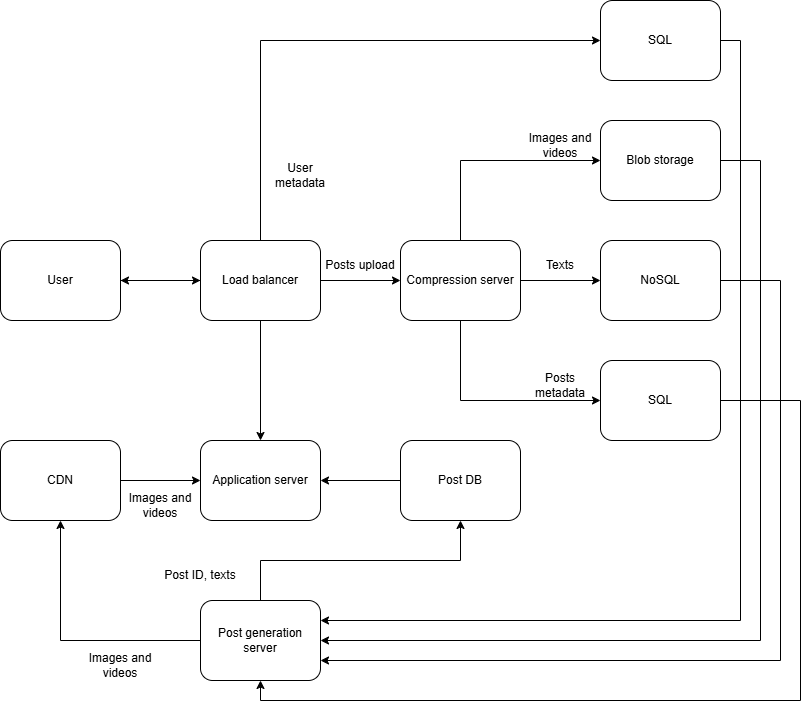
Before: software-engineering/image/system-design-3/instagram-1.png, a diagram exported from draw.io (riehseun/riehseun.github.io). Source tidied: cells renumbered, new cells last; positions are measured from the earlier drawing's top-left corner, leaving out a move shared by most shapes. Source of this version:
```xml
<mxGraphModel>
  <root>
    <mxCell id="0" />
    <mxCell id="1" parent="0" />
    <mxCell id="2" style="edgeStyle=orthogonalEdgeStyle;rounded=0;jettySize=auto;html=1;exitX=1;exitY=0.5;exitDx=0;exitDy=0;entryX=0;entryY=0.5;entryDx=0;entryDy=0;" parent="1" edge="1" source="3" target="8">
      <mxGeometry relative="1" as="geometry" />
    </mxCell>
    <mxCell id="3" value="User" style="rounded=1;whiteSpace=wrap;html=1;" parent="1" vertex="1">
      <mxGeometry y="240" width="120" height="80" as="geometry" />
    </mxCell>
    <mxCell id="4" style="edgeStyle=orthogonalEdgeStyle;rounded=0;jettySize=auto;html=1;exitX=1;exitY=0.5;exitDx=0;exitDy=0;" parent="1" edge="1" source="8" target="12">
      <mxGeometry relative="1" as="geometry" />
    </mxCell>
    <mxCell id="5" style="edgeStyle=orthogonalEdgeStyle;rounded=0;jettySize=auto;html=1;exitX=0.5;exitY=0;exitDx=0;exitDy=0;entryX=0;entryY=0.5;entryDx=0;entryDy=0;" parent="1" edge="1" source="8" target="24">
      <mxGeometry relative="1" as="geometry" />
    </mxCell>
    <mxCell id="6" style="edgeStyle=orthogonalEdgeStyle;rounded=0;jettySize=auto;html=1;exitX=0;exitY=0.5;exitDx=0;exitDy=0;entryX=1;entryY=0.5;entryDx=0;entryDy=0;" parent="1" edge="1" source="8" target="3">
      <mxGeometry relative="1" as="geometry" />
    </mxCell>
    <mxCell id="7" style="edgeStyle=orthogonalEdgeStyle;rounded=0;jettySize=auto;html=1;exitX=0.5;exitY=1;exitDx=0;exitDy=0;" parent="1" edge="1" source="8" target="29">
      <mxGeometry relative="1" as="geometry" />
    </mxCell>
    <mxCell id="8" value="Load balancer" style="rounded=1;whiteSpace=wrap;html=1;" parent="1" vertex="1">
      <mxGeometry x="200" y="240" width="120" height="80" as="geometry" />
    </mxCell>
    <mxCell id="9" style="edgeStyle=orthogonalEdgeStyle;rounded=0;jettySize=auto;html=1;exitX=1;exitY=0.5;exitDx=0;exitDy=0;entryX=0;entryY=0.5;entryDx=0;entryDy=0;" parent="1" edge="1" source="12" target="14">
      <mxGeometry relative="1" as="geometry" />
    </mxCell>
    <mxCell id="10" style="edgeStyle=orthogonalEdgeStyle;rounded=0;jettySize=auto;html=1;exitX=0.5;exitY=1;exitDx=0;exitDy=0;entryX=0;entryY=0.5;entryDx=0;entryDy=0;" parent="1" edge="1" source="12" target="19">
      <mxGeometry relative="1" as="geometry" />
    </mxCell>
    <mxCell id="11" style="edgeStyle=orthogonalEdgeStyle;rounded=0;jettySize=auto;html=1;exitX=0.5;exitY=0;exitDx=0;exitDy=0;entryX=0;entryY=0.5;entryDx=0;entryDy=0;" parent="1" edge="1" source="12" target="17">
      <mxGeometry relative="1" as="geometry" />
    </mxCell>
    <mxCell id="12" value="Compression server" style="rounded=1;whiteSpace=wrap;html=1;" parent="1" vertex="1">
      <mxGeometry x="400" y="240" width="120" height="80" as="geometry" />
    </mxCell>
    <mxCell id="13" style="edgeStyle=orthogonalEdgeStyle;rounded=0;jettySize=auto;html=1;exitX=1;exitY=0.5;exitDx=0;exitDy=0;entryX=1;entryY=0.75;entryDx=0;entryDy=0;" parent="1" edge="1" source="14" target="28">
      <mxGeometry relative="1" as="geometry">
        <Array as="points">
          <mxPoint x="780" y="280" />
          <mxPoint x="780" y="660" />
        </Array>
      </mxGeometry>
    </mxCell>
    <mxCell id="14" value="NoSQL" style="rounded=1;whiteSpace=wrap;html=1;" parent="1" vertex="1">
      <mxGeometry x="600" y="240" width="120" height="80" as="geometry" />
    </mxCell>
    <mxCell id="15" value="Posts upload" style="text;html=1;align=center;verticalAlign=middle;whiteSpace=wrap;rounded=0;" parent="1" vertex="1">
      <mxGeometry x="320" y="250" width="80" height="30" as="geometry" />
    </mxCell>
    <mxCell id="16" style="edgeStyle=orthogonalEdgeStyle;rounded=0;jettySize=auto;html=1;exitX=1;exitY=0.5;exitDx=0;exitDy=0;entryX=1;entryY=0.5;entryDx=0;entryDy=0;" parent="1" edge="1" source="17" target="28">
      <mxGeometry relative="1" as="geometry">
        <Array as="points">
          <mxPoint x="760" y="160" />
          <mxPoint x="760" y="640" />
        </Array>
      </mxGeometry>
    </mxCell>
    <mxCell id="17" value="Blob storage" style="rounded=1;whiteSpace=wrap;html=1;" parent="1" vertex="1">
      <mxGeometry x="600" y="120" width="120" height="80" as="geometry" />
    </mxCell>
    <mxCell id="18" style="edgeStyle=orthogonalEdgeStyle;rounded=0;jettySize=auto;html=1;exitX=1;exitY=0.5;exitDx=0;exitDy=0;entryX=0.5;entryY=1;entryDx=0;entryDy=0;" parent="1" edge="1" source="19" target="28">
      <mxGeometry relative="1" as="geometry">
        <Array as="points">
          <mxPoint x="800" y="400" />
          <mxPoint x="800" y="700" />
          <mxPoint x="260" y="700" />
        </Array>
      </mxGeometry>
    </mxCell>
    <mxCell id="19" value="SQL" style="rounded=1;whiteSpace=wrap;html=1;" parent="1" vertex="1">
      <mxGeometry x="600" y="360" width="120" height="80" as="geometry" />
    </mxCell>
    <mxCell id="20" value="Texts" style="text;html=1;align=center;verticalAlign=middle;whiteSpace=wrap;rounded=0;" parent="1" vertex="1">
      <mxGeometry x="520" y="250" width="80" height="30" as="geometry" />
    </mxCell>
    <mxCell id="21" value="Posts metadata" style="text;html=1;align=center;verticalAlign=middle;whiteSpace=wrap;rounded=0;" parent="1" vertex="1">
      <mxGeometry x="520" y="370" width="80" height="30" as="geometry" />
    </mxCell>
    <mxCell id="22" value="Images and videos" style="text;html=1;align=center;verticalAlign=middle;whiteSpace=wrap;rounded=0;" parent="1" vertex="1">
      <mxGeometry x="520" y="130" width="80" height="30" as="geometry" />
    </mxCell>
    <mxCell id="23" style="edgeStyle=orthogonalEdgeStyle;rounded=0;jettySize=auto;html=1;exitX=1;exitY=0.5;exitDx=0;exitDy=0;entryX=1;entryY=0.25;entryDx=0;entryDy=0;" parent="1" edge="1" source="24" target="28">
      <mxGeometry relative="1" as="geometry" />
    </mxCell>
    <mxCell id="24" value="SQL" style="rounded=1;whiteSpace=wrap;html=1;" parent="1" vertex="1">
      <mxGeometry x="600" width="120" height="80" as="geometry" />
    </mxCell>
    <mxCell id="25" value="User metadata" style="text;html=1;align=center;verticalAlign=middle;whiteSpace=wrap;rounded=0;" parent="1" vertex="1">
      <mxGeometry x="260" y="160" width="80" height="30" as="geometry" />
    </mxCell>
    <mxCell id="26" style="edgeStyle=orthogonalEdgeStyle;rounded=0;jettySize=auto;html=1;exitX=0.5;exitY=0;exitDx=0;exitDy=0;entryX=0.5;entryY=1;entryDx=0;entryDy=0;" parent="1" edge="1" source="28" target="31">
      <mxGeometry relative="1" as="geometry" />
    </mxCell>
    <mxCell id="27" style="edgeStyle=orthogonalEdgeStyle;rounded=0;jettySize=auto;html=1;exitX=0;exitY=0.5;exitDx=0;exitDy=0;entryX=0.5;entryY=1;entryDx=0;entryDy=0;" parent="1" edge="1" source="28" target="33">
      <mxGeometry relative="1" as="geometry" />
    </mxCell>
    <mxCell id="28" value="Post generation server" style="rounded=1;whiteSpace=wrap;html=1;" parent="1" vertex="1">
      <mxGeometry x="200" y="600" width="120" height="80" as="geometry" />
    </mxCell>
    <mxCell id="29" value="Application server" style="rounded=1;whiteSpace=wrap;html=1;" parent="1" vertex="1">
      <mxGeometry x="200" y="440" width="120" height="80" as="geometry" />
    </mxCell>
    <mxCell id="30" style="edgeStyle=orthogonalEdgeStyle;rounded=0;jettySize=auto;html=1;exitX=0;exitY=0.5;exitDx=0;exitDy=0;entryX=1;entryY=0.5;entryDx=0;entryDy=0;" parent="1" edge="1" source="31" target="29">
      <mxGeometry relative="1" as="geometry" />
    </mxCell>
    <mxCell id="31" value="Post DB" style="rounded=1;whiteSpace=wrap;html=1;" parent="1" vertex="1">
      <mxGeometry x="400" y="440" width="120" height="80" as="geometry" />
    </mxCell>
    <mxCell id="32" style="edgeStyle=orthogonalEdgeStyle;rounded=0;jettySize=auto;html=1;exitX=1;exitY=0.5;exitDx=0;exitDy=0;entryX=0;entryY=0.5;entryDx=0;entryDy=0;" parent="1" edge="1" source="33" target="29">
      <mxGeometry relative="1" as="geometry" />
    </mxCell>
    <mxCell id="33" value="CDN" style="rounded=1;whiteSpace=wrap;html=1;" parent="1" vertex="1">
      <mxGeometry y="440" width="120" height="80" as="geometry" />
    </mxCell>
    <mxCell id="34" value="Images and videos" style="text;html=1;align=center;verticalAlign=middle;whiteSpace=wrap;rounded=0;" parent="1" vertex="1">
      <mxGeometry x="120" y="490" width="80" height="30" as="geometry" />
    </mxCell>
    <mxCell id="35" value="Images and videos" style="text;html=1;align=center;verticalAlign=middle;whiteSpace=wrap;rounded=0;" parent="1" vertex="1">
      <mxGeometry x="80" y="650" width="80" height="30" as="geometry" />
    </mxCell>
    <mxCell id="36" value="Post ID, texts" style="text;html=1;align=center;verticalAlign=middle;whiteSpace=wrap;rounded=0;" parent="1" vertex="1">
      <mxGeometry x="160" y="560" width="80" height="30" as="geometry" />
    </mxCell>
  </root>
</mxGraphModel>
```
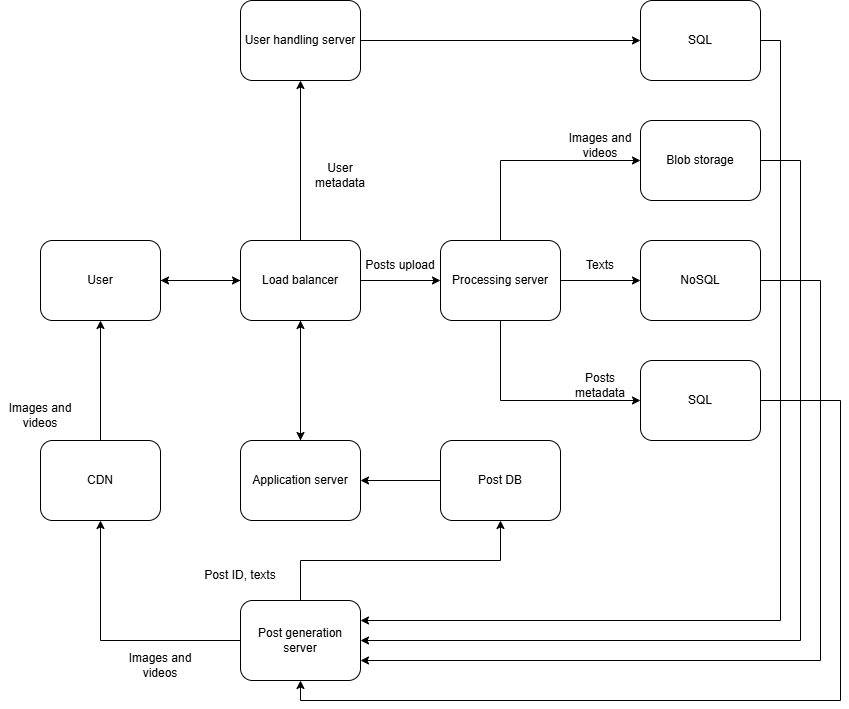
Above is the later version.

The edit, as a diff of the source:
```diff
@@ -11,15 +11,15 @@
     <mxCell id="4" style="edgeStyle=orthogonalEdgeStyle;rounded=0;jettySize=auto;html=1;exitX=1;exitY=0.5;exitDx=0;exitDy=0;" parent="1" edge="1" source="8" target="12">
       <mxGeometry relative="1" as="geometry" />
     </mxCell>
-    <mxCell id="5" style="edgeStyle=orthogonalEdgeStyle;rounded=0;jettySize=auto;html=1;exitX=0.5;exitY=0;exitDx=0;exitDy=0;entryX=0;entryY=0.5;entryDx=0;entryDy=0;" parent="1" edge="1" source="8" target="24">
-      <mxGeometry relative="1" as="geometry" />
-    </mxCell>
     <mxCell id="6" style="edgeStyle=orthogonalEdgeStyle;rounded=0;jettySize=auto;html=1;exitX=0;exitY=0.5;exitDx=0;exitDy=0;entryX=1;entryY=0.5;entryDx=0;entryDy=0;" parent="1" edge="1" source="8" target="3">
       <mxGeometry relative="1" as="geometry" />
     </mxCell>
     <mxCell id="7" style="edgeStyle=orthogonalEdgeStyle;rounded=0;jettySize=auto;html=1;exitX=0.5;exitY=1;exitDx=0;exitDy=0;" parent="1" edge="1" source="8" target="29">
       <mxGeometry relative="1" as="geometry" />
     </mxCell>
+    <mxCell id="37" style="edgeStyle=orthogonalEdgeStyle;rounded=0;jettySize=auto;html=1;exitX=0.5;exitY=0;exitDx=0;exitDy=0;" parent="1" edge="1" source="8" target="41">
+      <mxGeometry relative="1" as="geometry" />
+    </mxCell>
     <mxCell id="8" value="Load balancer" style="rounded=1;whiteSpace=wrap;html=1;" parent="1" vertex="1">
       <mxGeometry x="200" y="240" width="120" height="80" as="geometry" />
     </mxCell>
@@ -32,7 +32,7 @@
     <mxCell id="11" style="edgeStyle=orthogonalEdgeStyle;rounded=0;jettySize=auto;html=1;exitX=0.5;exitY=0;exitDx=0;exitDy=0;entryX=0;entryY=0.5;entryDx=0;entryDy=0;" parent="1" edge="1" source="12" target="17">
       <mxGeometry relative="1" as="geometry" />
     </mxCell>
-    <mxCell id="12" value="Compression server" style="rounded=1;whiteSpace=wrap;html=1;" parent="1" vertex="1">
+    <mxCell id="12" value="Processing server" style="rounded=1;whiteSpace=wrap;html=1;" parent="1" vertex="1">
       <mxGeometry x="400" y="240" width="120" height="80" as="geometry" />
     </mxCell>
     <mxCell id="13" style="edgeStyle=orthogonalEdgeStyle;rounded=0;jettySize=auto;html=1;exitX=1;exitY=0.5;exitDx=0;exitDy=0;entryX=1;entryY=0.75;entryDx=0;entryDy=0;" parent="1" edge="1" source="14" target="28">
@@ -99,6 +99,9 @@
     <mxCell id="28" value="Post generation server" style="rounded=1;whiteSpace=wrap;html=1;" parent="1" vertex="1">
       <mxGeometry x="200" y="600" width="120" height="80" as="geometry" />
     </mxCell>
+    <mxCell id="38" style="edgeStyle=orthogonalEdgeStyle;rounded=0;jettySize=auto;html=1;exitX=0.5;exitY=0;exitDx=0;exitDy=0;entryX=0.5;entryY=1;entryDx=0;entryDy=0;" parent="1" edge="1" source="29" target="8">
+      <mxGeometry relative="1" as="geometry" />
+    </mxCell>
     <mxCell id="29" value="Application server" style="rounded=1;whiteSpace=wrap;html=1;" parent="1" vertex="1">
       <mxGeometry x="200" y="440" width="120" height="80" as="geometry" />
     </mxCell>
@@ -108,14 +111,14 @@
     <mxCell id="31" value="Post DB" style="rounded=1;whiteSpace=wrap;html=1;" parent="1" vertex="1">
       <mxGeometry x="400" y="440" width="120" height="80" as="geometry" />
     </mxCell>
-    <mxCell id="32" style="edgeStyle=orthogonalEdgeStyle;rounded=0;jettySize=auto;html=1;exitX=1;exitY=0.5;exitDx=0;exitDy=0;entryX=0;entryY=0.5;entryDx=0;entryDy=0;" parent="1" edge="1" source="33" target="29">
-      <mxGeometry relative="1" as="geometry" />
-    </mxCell>
+    <mxCell id="39" style="edgeStyle=orthogonalEdgeStyle;rounded=0;jettySize=auto;html=1;exitX=0.5;exitY=0;exitDx=0;exitDy=0;" parent="1" edge="1" source="33" target="3">
+      <mxGeometry relative="1" as="geometry" />
+    </mxCell>
     <mxCell id="33" value="CDN" style="rounded=1;whiteSpace=wrap;html=1;" parent="1" vertex="1">
       <mxGeometry y="440" width="120" height="80" as="geometry" />
     </mxCell>
     <mxCell id="34" value="Images and videos" style="text;html=1;align=center;verticalAlign=middle;whiteSpace=wrap;rounded=0;" parent="1" vertex="1">
-      <mxGeometry x="120" y="490" width="80" height="30" as="geometry" />
+      <mxGeometry x="-40" y="400" width="80" height="30" as="geometry" />
     </mxCell>
     <mxCell id="35" value="Images and videos" style="text;html=1;align=center;verticalAlign=middle;whiteSpace=wrap;rounded=0;" parent="1" vertex="1">
       <mxGeometry x="80" y="650" width="80" height="30" as="geometry" />
@@ -123,5 +126,11 @@
     <mxCell id="36" value="Post ID, texts" style="text;html=1;align=center;verticalAlign=middle;whiteSpace=wrap;rounded=0;" parent="1" vertex="1">
       <mxGeometry x="160" y="560" width="80" height="30" as="geometry" />
     </mxCell>
+    <mxCell id="40" style="edgeStyle=orthogonalEdgeStyle;rounded=0;jettySize=auto;html=1;exitX=1;exitY=0.5;exitDx=0;exitDy=0;entryX=0;entryY=0.5;entryDx=0;entryDy=0;" parent="1" edge="1" source="41" target="24">
+      <mxGeometry relative="1" as="geometry" />
+    </mxCell>
+    <mxCell id="41" value="User handling server" style="rounded=1;whiteSpace=wrap;html=1;" parent="1" vertex="1">
+      <mxGeometry x="200" width="120" height="80" as="geometry" />
+    </mxCell>
   </root>
 </mxGraphModel>
```
